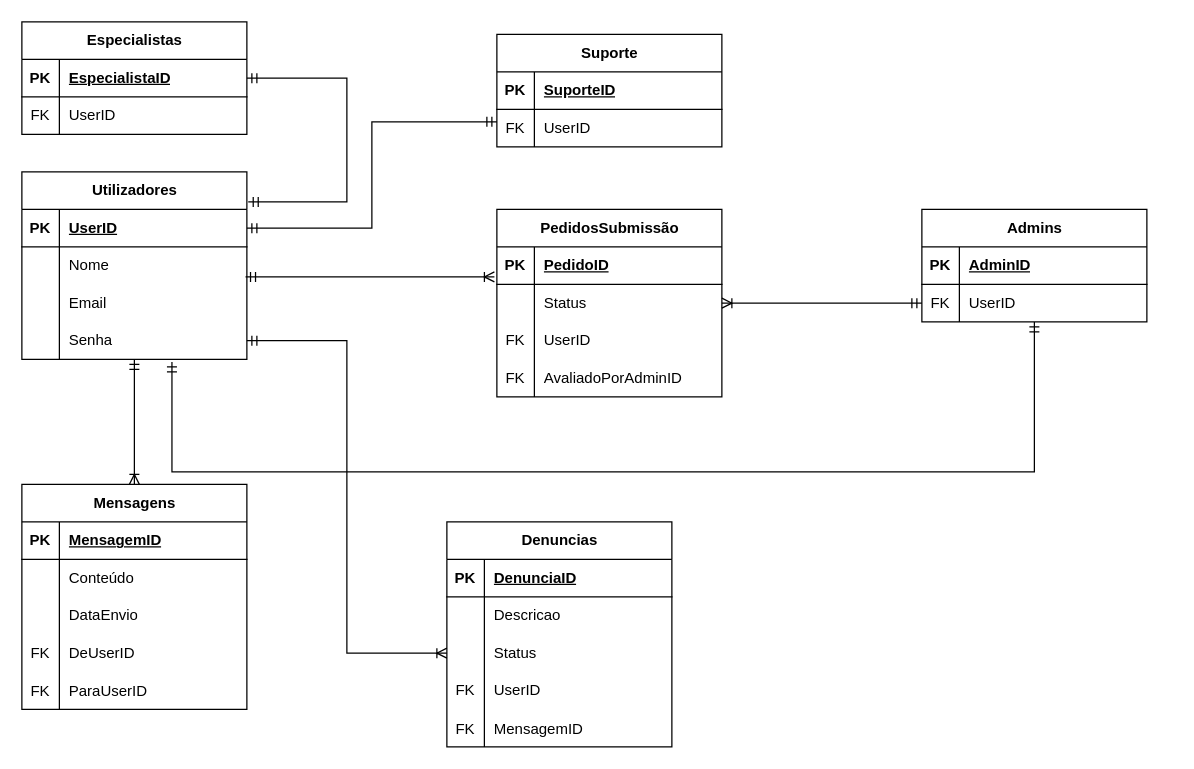
Above: page "Modelo relacional" (2 of 2) of Drawio/Casos_de_Uso.drawio in henriqueolivgp/Plataforma-De-Denuncias-De-Ciberataques (draw.io), before the change. Source tidied: cells renumbered, new cells numbered last; positions are measured from the earlier drawing's top-left corner, leaving out a move shared by most shapes. Both pictures are drawn from the tidied source at 125%, with x=0, y=0 at pixel (21, 21).
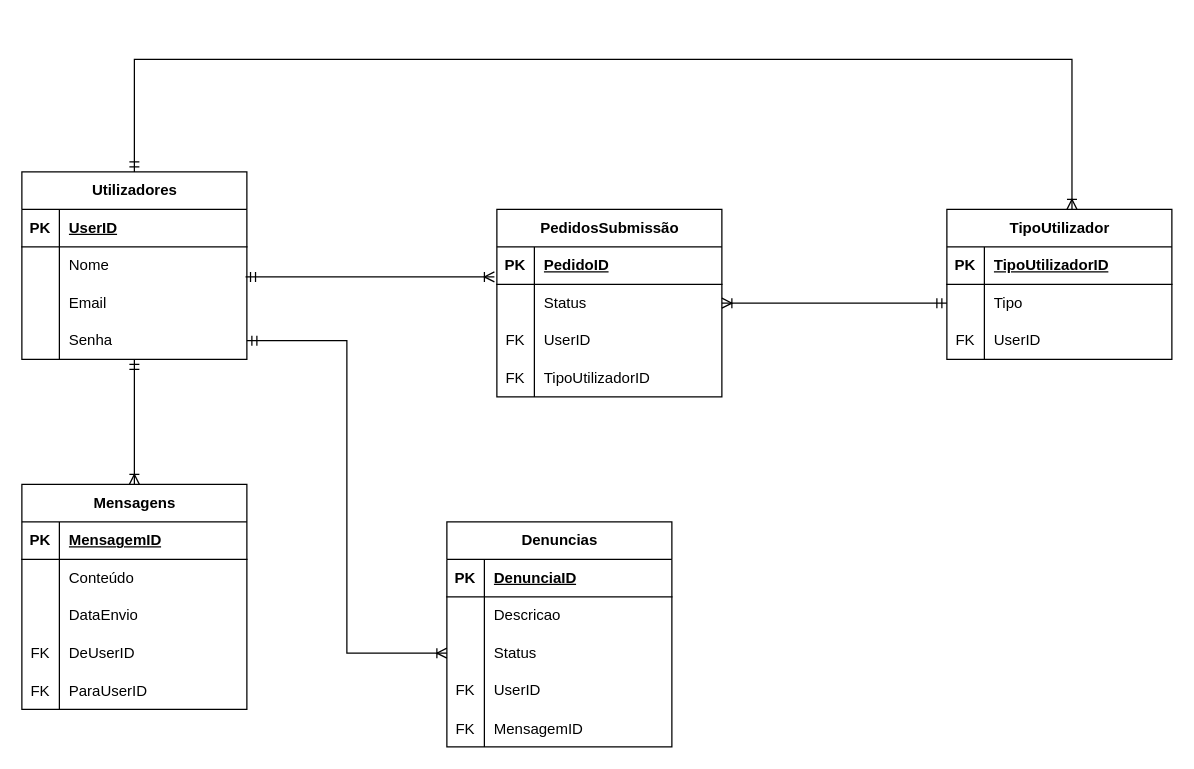
The same diagram, later.

Commit message:
modelo_relacional_update

Unchanged cells that the change refers to:
```xml
<mxCell id="2" value="Utilizadores" style="shape=table;startSize=30;childLayout=tableLayout;rowLines=0;fontStyle=1;align=center;html=1;" parent="1" vertex="1">
  <mxGeometry y="120" width="180" height="150" as="geometry" />
</mxCell>
<mxCell id="3" style="shape=tableRow;horizontal=0;startSize=0;swimlaneHead=0;swimlaneBody=0;fillColor=none;points=[[0,0.5],[1,0.5]];portConstraint=eastwest;top=0;left=0;right=0;bottom=1;" parent="2" vertex="1">
  <mxGeometry y="30" width="180" height="30" as="geometry" />
</mxCell>
<mxCell id="12" style="shape=tableRow;horizontal=0;startSize=0;swimlaneHead=0;swimlaneBody=0;fillColor=none;points=[[0,0.5],[1,0.5]];portConstraint=eastwest;top=0;left=0;right=0;bottom=0;" parent="2" vertex="1">
  <mxGeometry y="120" width="180" height="30" as="geometry" />
</mxCell>
<mxCell id="26" style="shape=tableRow;horizontal=0;startSize=0;swimlaneHead=0;swimlaneBody=0;fillColor=none;points=[[0,0.5],[1,0.5]];portConstraint=eastwest;top=0;left=0;right=0;bottom=0;" parent="22" vertex="1">
  <mxGeometry y="60" width="180" height="30" as="geometry" />
</mxCell>
<mxCell id="32" style="shape=tableRow;horizontal=0;startSize=0;swimlaneHead=0;swimlaneBody=0;fillColor=none;top=0;left=0;right=0;bottom=0;" parent="22" vertex="1">
  <mxGeometry y="120" width="180" height="30" as="geometry" />
</mxCell>
```

The edit, as a diff of the source:
```diff
@@
-    <mxCell id="15" value="Admins" style="shape=table;startSize=30;childLayout=tableLayout;rowLines=0;fontStyle=1;align=center;html=1;" parent="1" vertex="1">
-      <mxGeometry x="720" y="150" width="180" height="90" as="geometry" />
-    </mxCell>
-    <mxCell id="16" style="shape=tableRow;horizontal=0;startSize=0;swimlaneHead=0;swimlaneBody=0;fillColor=none;top=0;left=0;right=0;bottom=1;" parent="15" vertex="1">
-      <mxGeometry y="30" width="180" height="30" as="geometry" />
-    </mxCell>
-    <mxCell id="17" value="PK" style="shape=partialRectangle;fillColor=none;top=0;left=0;bottom=0;right=0;fontStyle=1;overflow=hidden;whiteSpace=wrap;html=1;" parent="16" vertex="1">
-      <mxGeometry width="30" height="30" as="geometry" />
-    </mxCell>
-    <mxCell id="18" value="AdminID" style="shape=partialRectangle;fillColor=none;top=0;left=0;bottom=0;right=0;align=left;spacingLeft=6;fontStyle=5;overflow=hidden;whiteSpace=wrap;html=1;" parent="16" vertex="1">
-      <mxGeometry x="30" width="150" height="30" as="geometry" />
-    </mxCell>
-    <mxCell id="19" style="shape=tableRow;horizontal=0;startSize=0;swimlaneHead=0;swimlaneBody=0;fillColor=none;points=[[0,0.5],[1,0.5]];portConstraint=eastwest;top=0;left=0;right=0;bottom=0;" parent="15" vertex="1">
-      <mxGeometry y="60" width="180" height="30" as="geometry" />
-    </mxCell>
-    <mxCell id="20" value="FK" style="shape=partialRectangle;fillColor=none;top=0;left=0;bottom=0;right=0;overflow=hidden;whiteSpace=wrap;html=1;" parent="19" vertex="1">
-      <mxGeometry width="30" height="30" as="geometry" />
-    </mxCell>
-    <mxCell id="21" value="UserID" style="shape=partialRectangle;fillColor=none;top=0;left=0;bottom=0;right=0;align=left;spacingLeft=6;overflow=hidden;whiteSpace=wrap;html=1;" parent="19" vertex="1">
-      <mxGeometry x="30" width="150" height="30" as="geometry" />
-    </mxCell>
@@
-    <mxCell id="34" value="AvaliadoPorAdminID" style="shape=partialRectangle;fillColor=none;top=0;left=0;bottom=0;right=0;align=left;spacingLeft=6;overflow=hidden;whiteSpace=wrap;html=1;" parent="32" vertex="1">
+    <mxCell id="34" value="TipoUtilizadorID" style="shape=partialRectangle;fillColor=none;top=0;left=0;bottom=0;right=0;align=left;spacingLeft=6;overflow=hidden;whiteSpace=wrap;html=1;" parent="32" vertex="1">
       <mxGeometry x="30" width="150" height="30" as="geometry" />
     </mxCell>
@@
-    <mxCell id="68" style="fontSize=12;html=1;endArrow=ERoneToMany;startArrow=ERmandOne;rounded=0;exitX=0;exitY=0.5;exitDx=0;exitDy=0;entryX=1;entryY=0.5;entryDx=0;entryDy=0;" parent="1" edge="1" source="19" target="26">
+    <mxCell id="68" style="fontSize=12;html=1;endArrow=ERoneToMany;startArrow=ERmandOne;rounded=0;exitX=0;exitY=0.5;exitDx=0;exitDy=0;entryX=1;entryY=0.5;entryDx=0;entryDy=0;" parent="1" edge="1" source="92" target="26">
       <mxGeometry relative="1" as="geometry" />
     </mxCell>
@@
-    <mxCell id="71" value="Suporte" style="shape=table;startSize=30;childLayout=tableLayout;rowLines=0;fontStyle=1;align=center;html=1;" parent="1" vertex="1">
-      <mxGeometry x="380" y="10" width="180" height="90" as="geometry" />
-    </mxCell>
-    <mxCell id="72" style="shape=tableRow;horizontal=0;startSize=0;swimlaneHead=0;swimlaneBody=0;fillColor=none;top=0;left=0;right=0;bottom=1;" parent="71" vertex="1">
-      <mxGeometry y="30" width="180" height="30" as="geometry" />
-    </mxCell>
-    <mxCell id="73" value="PK" style="shape=partialRectangle;fillColor=none;top=0;left=0;bottom=0;right=0;fontStyle=1;overflow=hidden;whiteSpace=wrap;html=1;" parent="72" vertex="1">
-      <mxGeometry width="30" height="30" as="geometry" />
-    </mxCell>
-    <mxCell id="74" value="SuporteID" style="shape=partialRectangle;fillColor=none;top=0;left=0;bottom=0;right=0;align=left;spacingLeft=6;fontStyle=5;overflow=hidden;whiteSpace=wrap;html=1;" parent="72" vertex="1">
-      <mxGeometry x="30" width="150" height="30" as="geometry" />
-    </mxCell>
-    <mxCell id="75" style="shape=tableRow;horizontal=0;startSize=0;swimlaneHead=0;swimlaneBody=0;fillColor=none;points=[[0,0.5],[1,0.5]];portConstraint=eastwest;top=0;left=0;right=0;bottom=0;" parent="71" vertex="1">
-      <mxGeometry y="60" width="180" height="30" as="geometry" />
-    </mxCell>
-    <mxCell id="76" value="FK" style="shape=partialRectangle;fillColor=none;top=0;left=0;bottom=0;right=0;overflow=hidden;whiteSpace=wrap;html=1;fontStyle=0;" parent="75" vertex="1">
-      <mxGeometry width="30" height="30" as="geometry" />
-    </mxCell>
-    <mxCell id="77" value="UserID" style="shape=partialRectangle;fillColor=none;top=0;left=0;bottom=0;right=0;align=left;spacingLeft=6;overflow=hidden;whiteSpace=wrap;html=1;" parent="75" vertex="1">
-      <mxGeometry x="30" width="150" height="30" as="geometry" />
-    </mxCell>
-    <mxCell id="78" value="Especialistas" style="shape=table;startSize=30;childLayout=tableLayout;rowLines=0;fontStyle=1;align=center;html=1;" parent="1" vertex="1">
-      <mxGeometry width="180" height="90" as="geometry" />
-    </mxCell>
-    <mxCell id="79" style="shape=tableRow;horizontal=0;startSize=0;swimlaneHead=0;swimlaneBody=0;fillColor=none;points=[[0,0.5],[1,0.5]];portConstraint=eastwest;top=0;left=0;right=0;bottom=1;" parent="78" vertex="1">
-      <mxGeometry y="30" width="180" height="30" as="geometry" />
-    </mxCell>
-    <mxCell id="80" value="PK" style="shape=partialRectangle;fillColor=none;top=0;left=0;bottom=0;right=0;fontStyle=1;overflow=hidden;whiteSpace=wrap;html=1;" parent="79" vertex="1">
-      <mxGeometry width="30" height="30" as="geometry" />
-    </mxCell>
-    <mxCell id="81" value="EspecialistaID" style="shape=partialRectangle;fillColor=none;top=0;left=0;bottom=0;right=0;align=left;spacingLeft=6;fontStyle=5;overflow=hidden;whiteSpace=wrap;html=1;" parent="79" vertex="1">
-      <mxGeometry x="30" width="150" height="30" as="geometry" />
-    </mxCell>
-    <mxCell id="82" style="shape=tableRow;horizontal=0;startSize=0;swimlaneHead=0;swimlaneBody=0;fillColor=none;top=0;left=0;right=0;bottom=0;" parent="78" vertex="1">
-      <mxGeometry y="60" width="180" height="30" as="geometry" />
-    </mxCell>
-    <mxCell id="83" value="FK" style="shape=partialRectangle;fillColor=none;top=0;left=0;bottom=0;right=0;overflow=hidden;whiteSpace=wrap;html=1;" parent="82" vertex="1">
-      <mxGeometry width="30" height="30" as="geometry" />
-    </mxCell>
-    <mxCell id="84" value="UserID" style="shape=partialRectangle;fillColor=none;top=0;left=0;bottom=0;right=0;align=left;spacingLeft=6;overflow=hidden;whiteSpace=wrap;html=1;" parent="82" vertex="1">
-      <mxGeometry x="30" width="150" height="30" as="geometry" />
-    </mxCell>
-    <mxCell id="85" style="fontSize=12;html=1;endArrow=ERmandOne;startArrow=ERmandOne;rounded=0;edgeStyle=elbowEdgeStyle;exitX=1.006;exitY=0.16;exitDx=0;exitDy=0;exitPerimeter=0;" parent="1" edge="1" source="2" target="79">
-      <mxGeometry relative="1" as="geometry">
-        <Array as="points">
-          <mxPoint x="260" y="100" />
-        </Array>
-      </mxGeometry>
-    </mxCell>
-    <mxCell id="86" style="edgeStyle=elbowEdgeStyle;fontSize=12;html=1;endArrow=ERmandOne;startArrow=ERmandOne;rounded=0;elbow=vertical;exitX=0.667;exitY=1.067;exitDx=0;exitDy=0;exitPerimeter=0;entryX=0.5;entryY=1;entryDx=0;entryDy=0;entryPerimeter=0;" parent="1" edge="1" source="12" target="19">
-      <mxGeometry relative="1" as="geometry">
-        <Array as="points">
-          <mxPoint x="460" y="360" />
-        </Array>
-      </mxGeometry>
-    </mxCell>
-    <mxCell id="87" style="edgeStyle=elbowEdgeStyle;fontSize=12;html=1;endArrow=ERmandOne;startArrow=ERmandOne;rounded=0;entryX=0;entryY=0.333;entryDx=0;entryDy=0;entryPerimeter=0;exitX=1;exitY=0.5;exitDx=0;exitDy=0;" parent="1" edge="1" source="3" target="75">
-      <mxGeometry relative="1" as="geometry" />
-    </mxCell>
+    <mxCell id="88" value="TipoUtilizador" style="shape=table;startSize=30;childLayout=tableLayout;rowLines=0;fontStyle=1;align=center;html=1;" parent="1" vertex="1">
+      <mxGeometry x="740" y="150" width="180" height="120" as="geometry" />
+    </mxCell>
+    <mxCell id="89" style="shape=tableRow;horizontal=0;startSize=0;swimlaneHead=0;swimlaneBody=0;fillColor=none;top=0;left=0;right=0;bottom=1;" parent="88" vertex="1">
+      <mxGeometry y="30" width="180" height="30" as="geometry" />
+    </mxCell>
+    <mxCell id="90" value="PK" style="shape=partialRectangle;fillColor=none;top=0;left=0;bottom=0;right=0;fontStyle=1;overflow=hidden;whiteSpace=wrap;html=1;" parent="89" vertex="1">
+      <mxGeometry width="30" height="30" as="geometry" />
+    </mxCell>
+    <mxCell id="91" value="TipoUtilizadorID" style="shape=partialRectangle;fillColor=none;top=0;left=0;bottom=0;right=0;align=left;spacingLeft=6;fontStyle=5;overflow=hidden;whiteSpace=wrap;html=1;" parent="89" vertex="1">
+      <mxGeometry x="30" width="150" height="30" as="geometry" />
+    </mxCell>
+    <mxCell id="92" style="shape=tableRow;horizontal=0;startSize=0;swimlaneHead=0;swimlaneBody=0;fillColor=none;points=[[0,0.5],[1,0.5]];portConstraint=eastwest;top=0;left=0;right=0;bottom=0;" parent="88" vertex="1">
+      <mxGeometry y="60" width="180" height="30" as="geometry" />
+    </mxCell>
+    <mxCell id="93" style="shape=partialRectangle;fillColor=none;top=0;left=0;bottom=0;right=0;overflow=hidden;whiteSpace=wrap;html=1;" parent="92" vertex="1">
+      <mxGeometry width="30" height="30" as="geometry" />
+    </mxCell>
+    <mxCell id="94" value="Tipo" style="shape=partialRectangle;fillColor=none;top=0;left=0;bottom=0;right=0;align=left;spacingLeft=6;overflow=hidden;whiteSpace=wrap;html=1;" parent="92" vertex="1">
+      <mxGeometry x="30" width="150" height="30" as="geometry" />
+    </mxCell>
+    <mxCell id="95" style="shape=tableRow;horizontal=0;startSize=0;swimlaneHead=0;swimlaneBody=0;fillColor=none;top=0;left=0;right=0;bottom=0;" parent="88" vertex="1">
+      <mxGeometry y="90" width="180" height="30" as="geometry" />
+    </mxCell>
+    <mxCell id="96" value="FK" style="shape=partialRectangle;fillColor=none;top=0;left=0;bottom=0;right=0;overflow=hidden;whiteSpace=wrap;html=1;" parent="95" vertex="1">
+      <mxGeometry width="30" height="30" as="geometry" />
+    </mxCell>
+    <mxCell id="97" value="UserID" style="shape=partialRectangle;fillColor=none;top=0;left=0;bottom=0;right=0;align=left;spacingLeft=6;overflow=hidden;whiteSpace=wrap;html=1;" parent="95" vertex="1">
+      <mxGeometry x="30" width="150" height="30" as="geometry" />
+    </mxCell>
+    <mxCell id="98" style="fontSize=12;html=1;endArrow=ERoneToMany;startArrow=ERmandOne;rounded=0;edgeStyle=elbowEdgeStyle;elbow=vertical;exitX=0.5;exitY=0;exitDx=0;exitDy=0;entryX=0.556;entryY=0;entryDx=0;entryDy=0;entryPerimeter=0;" parent="1" edge="1" source="2" target="88">
+      <mxGeometry relative="1" as="geometry">
+        <Array as="points">
+          <mxPoint x="480" y="30" />
+        </Array>
+      </mxGeometry>
+    </mxCell>
```
